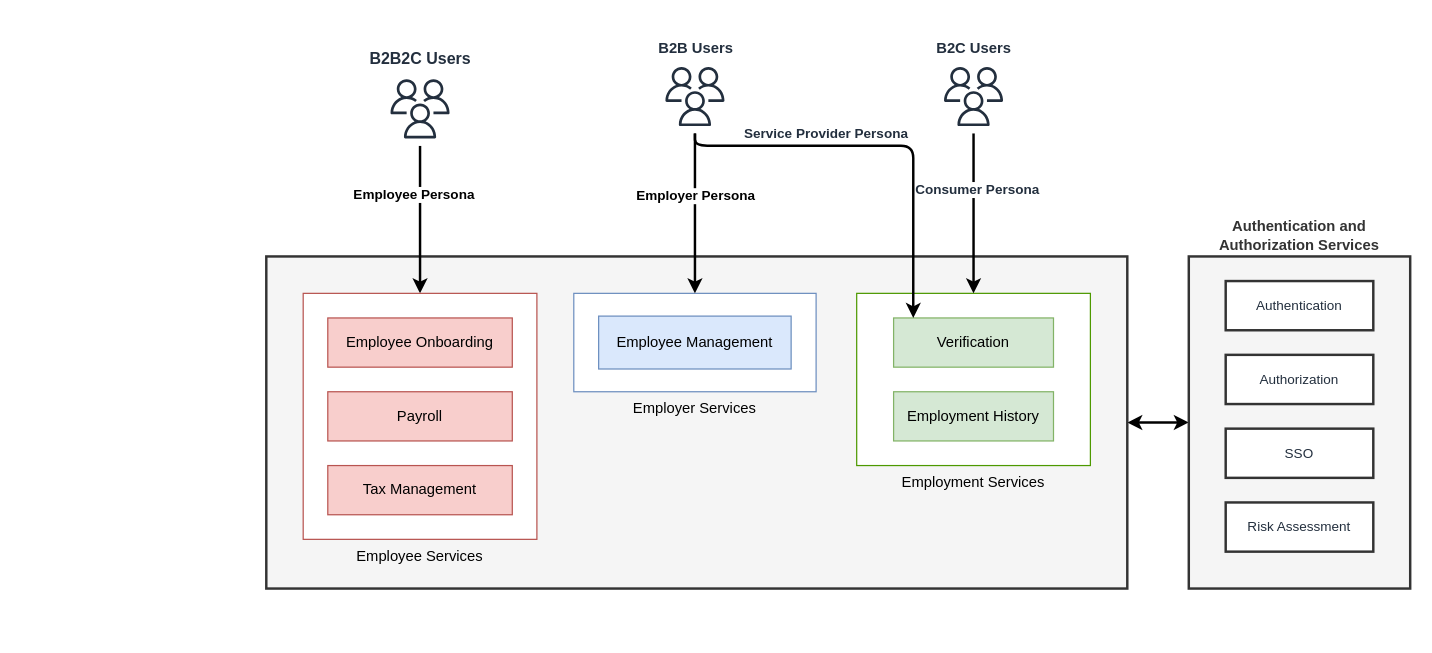
The draw.io diagram terraform/Logical-Context.drawio in radev-66/gcp-poc, before the edit. Source tidied: cells renumbered, new cells numbered last; positions are measured from the earlier drawing's top-left corner, leaving out a move shared by most shapes. Both pictures are drawn from the tidied source at 123%, with x=0, y=0 at pixel (266, 59).
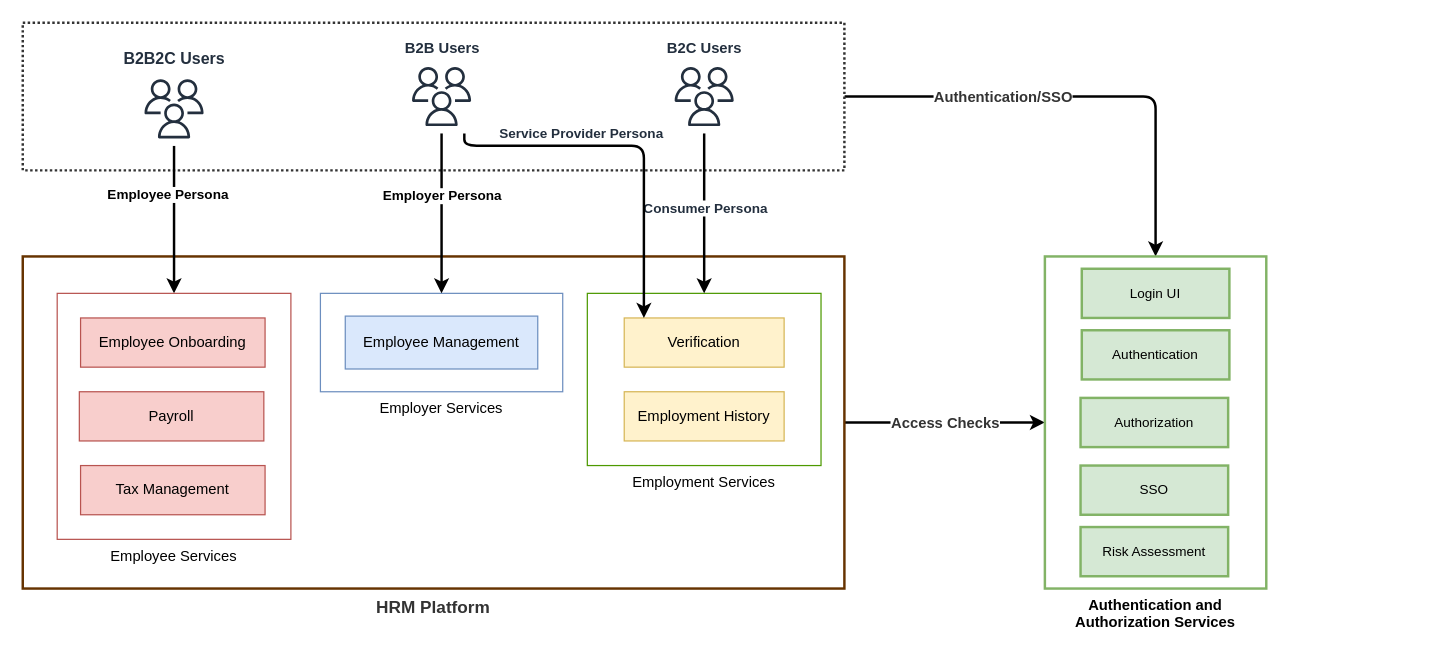
After the change.

Diff of the diagram source:
```diff
@@
+    <mxCell id="27" style="edgeStyle=orthogonalEdgeStyle;rounded=1;jettySize=auto;html=1;exitX=1;exitY=0.5;exitDx=0;exitDy=0;entryX=0.5;entryY=0;entryDx=0;entryDy=0;labelBackgroundColor=default;fontFamily=Helvetica;fontSize=14;fontColor=#82B366;startArrow=none;startFill=0;endArrow=classic;strokeColor=default;strokeWidth=2;" parent="1" edge="1" source="29" target="22">
+      <mxGeometry relative="1" as="geometry" />
+    </mxCell>
+    <mxCell id="28" value="&lt;font style=&quot;font-size: 12px;&quot; color=&quot;#333333&quot;&gt;Authentication/SSO&lt;/font&gt;" style="edgeLabel;html=1;align=center;verticalAlign=middle;fontSize=12;fontFamily=Helvetica;fontColor=#82B366;fontStyle=1;" parent="27" vertex="1">
+      <mxGeometry x="-0.33" relative="1" as="geometry" />
+    </mxCell>
+    <mxCell id="29" style="rounded=0;whiteSpace=wrap;html=1;dashed=1;sketch=0;fontFamily=Helvetica;fontSize=11;fontColor=#82B366;strokeColor=#333333;strokeWidth=2;fillColor=#FFFFFF;gradientColor=#ffffff;dashPattern=1 1;" parent="1" vertex="1">
+      <mxGeometry x="-198" y="-30" width="668" height="120" as="geometry" />
+    </mxCell>
     <mxCell id="2" value="B2B Users" style="sketch=0;outlineConnect=0;fontColor=#232F3E;gradientColor=none;strokeColor=#232F3E;fillColor=#ffffff;dashed=0;verticalLabelPosition=top;verticalAlign=bottom;align=center;html=1;fontSize=12;fontStyle=1;shape=mxgraph.aws4.resourceIcon;resIcon=mxgraph.aws4.users;labelPosition=center;" parent="1" vertex="1">
-      <mxGeometry x="318.5" width="60" height="60" as="geometry" />
+      <mxGeometry x="112.5" width="60" height="60" as="geometry" />
     </mxCell>
     <mxCell id="3" value="B2C Users" style="sketch=0;outlineConnect=0;fontColor=#232F3E;gradientColor=none;strokeColor=#232F3E;fillColor=#ffffff;dashed=0;verticalLabelPosition=top;verticalAlign=bottom;align=center;html=1;fontSize=12;fontStyle=1;shape=mxgraph.aws4.resourceIcon;resIcon=mxgraph.aws4.users;labelPosition=center;" parent="1" vertex="1">
-      <mxGeometry x="545" width="60" height="60" as="geometry" />
+      <mxGeometry x="326" width="60" height="60" as="geometry" />
     </mxCell>
-    <mxCell id="4" style="edgeStyle=orthogonalEdgeStyle;rounded=1;jettySize=auto;html=1;exitX=1;exitY=0.5;exitDx=0;exitDy=0;entryX=0;entryY=0.5;entryDx=0;entryDy=0;labelBackgroundColor=default;fontFamily=Helvetica;fontSize=11;fontColor=#232F3E;endArrow=classic;strokeColor=default;strokeWidth=2;startArrow=classic;startFill=1;" parent="1" edge="1" source="5" target="22">
+    <mxCell id="4" style="edgeStyle=orthogonalEdgeStyle;rounded=1;jettySize=auto;html=1;exitX=1;exitY=0.5;exitDx=0;exitDy=0;entryX=0;entryY=0.5;entryDx=0;entryDy=0;labelBackgroundColor=default;fontFamily=Helvetica;fontSize=11;fontColor=#232F3E;endArrow=classic;strokeColor=default;strokeWidth=2;startArrow=none;startFill=0;" parent="1" edge="1" source="5" target="22">
       <mxGeometry relative="1" as="geometry" />
     </mxCell>
+    <mxCell id="30" value="Access Checks" style="edgeLabel;html=1;align=center;verticalAlign=middle;fontSize=12;fontFamily=Helvetica;fontColor=#333333;fontStyle=1;" parent="4" vertex="1">
+      <mxGeometry x="-0.28" y="1" relative="1" as="geometry">
+        <mxPoint x="22" y="1" as="offset" />
+      </mxGeometry>
+    </mxCell>
-    <mxCell id="5" style="rounded=0;whiteSpace=wrap;html=1;fillColor=#f5f5f5;fontColor=#333333;strokeColor=#333333;strokeWidth=2;" parent="1" vertex="1">
-      <mxGeometry y="160" width="700" height="270" as="geometry" />
+    <mxCell id="5" value="HRM Platform" style="rounded=0;whiteSpace=wrap;html=1;fillColor=#FFFFFF;fontColor=#333333;strokeColor=#663300;strokeWidth=2;labelPosition=center;verticalLabelPosition=bottom;align=center;verticalAlign=top;fontStyle=1;fontSize=14;" parent="1" vertex="1">
+      <mxGeometry x="-198" y="160" width="668" height="270" as="geometry" />
     </mxCell>
@@
     <mxCell id="7" value="&lt;font style=&quot;font-size: 13px&quot;&gt;&lt;b&gt;B2B2C Users&lt;/b&gt;&lt;/font&gt;" style="sketch=0;outlineConnect=0;fontColor=#232F3E;gradientColor=none;strokeColor=#232F3E;fillColor=#ffffff;dashed=0;verticalLabelPosition=top;verticalAlign=bottom;align=center;html=1;fontSize=12;fontStyle=0;shape=mxgraph.aws4.resourceIcon;resIcon=mxgraph.aws4.users;labelPosition=center;" parent="1" vertex="1">
-      <mxGeometry x="95" y="10" width="60" height="60" as="geometry" />
+      <mxGeometry x="-105" y="10" width="60" height="60" as="geometry" />
     </mxCell>
     <mxCell id="8" value="Employment Services" style="rounded=0;whiteSpace=wrap;html=1;labelPosition=center;verticalLabelPosition=bottom;align=center;verticalAlign=top;strokeColor=#4D9900;" parent="1" vertex="1">
-      <mxGeometry x="480" y="190" width="190" height="140" as="geometry" />
+      <mxGeometry x="261" y="190" width="190" height="140" as="geometry" />
     </mxCell>
     <mxCell id="9" value="Employer Services" style="rounded=0;whiteSpace=wrap;html=1;labelPosition=center;verticalLabelPosition=bottom;align=center;verticalAlign=top;fillColor=#FFFFFF;strokeColor=#6c8ebf;" parent="1" vertex="1">
-      <mxGeometry x="250" y="190" width="197" height="80" as="geometry" />
+      <mxGeometry x="44" y="190" width="197" height="80" as="geometry" />
     </mxCell>
-    <mxCell id="10" value="Verification" style="rounded=0;whiteSpace=wrap;html=1;fillColor=#d5e8d4;strokeColor=#82b366;" parent="1" vertex="1">
-      <mxGeometry x="510" y="210" width="130" height="40" as="geometry" />
+    <mxCell id="10" value="Verification" style="rounded=0;whiteSpace=wrap;html=1;fillColor=#fff2cc;strokeColor=#d6b656;" parent="1" vertex="1">
+      <mxGeometry x="291" y="210" width="130" height="40" as="geometry" />
     </mxCell>
-    <mxCell id="11" value="Employment History" style="rounded=0;whiteSpace=wrap;html=1;fillColor=#d5e8d4;strokeColor=#82b366;" parent="1" vertex="1">
-      <mxGeometry x="510" y="270" width="130" height="40" as="geometry" />
+    <mxCell id="11" value="Employment History" style="rounded=0;whiteSpace=wrap;html=1;fillColor=#fff2cc;strokeColor=#d6b656;" parent="1" vertex="1">
+      <mxGeometry x="291" y="270" width="130" height="40" as="geometry" />
     </mxCell>
@@
     <mxCell id="14" value="Employee Management" style="rounded=0;whiteSpace=wrap;html=1;fillColor=#dae8fc;strokeColor=#6c8ebf;" parent="1" vertex="1">
-      <mxGeometry x="270.2" y="208.5" width="156.5" height="43" as="geometry" />
+      <mxGeometry x="64.2" y="208.5" width="156.5" height="43" as="geometry" />
     </mxCell>
     <mxCell id="15" value="Employee Services" style="rounded=0;whiteSpace=wrap;html=1;labelPosition=center;verticalLabelPosition=bottom;align=center;verticalAlign=top;fillColor=#FFFFFF;strokeColor=#b85450;" parent="1" vertex="1">
-      <mxGeometry x="30" y="190" width="190" height="200" as="geometry" />
+      <mxGeometry x="-170" y="190" width="190" height="200" as="geometry" />
     </mxCell>
     <mxCell id="16" value="Employee Onboarding" style="rounded=0;whiteSpace=wrap;html=1;fillColor=#f8cecc;strokeColor=#b85450;" parent="1" vertex="1">
-      <mxGeometry x="50" y="210" width="150" height="40" as="geometry" />
+      <mxGeometry x="-151" y="210" width="150" height="40" as="geometry" />
     </mxCell>
     <mxCell id="17" value="Payroll " style="rounded=0;whiteSpace=wrap;html=1;fillColor=#f8cecc;strokeColor=#b85450;" parent="1" vertex="1">
-      <mxGeometry x="50" y="270" width="150" height="40" as="geometry" />
+      <mxGeometry x="-152" y="270" width="150" height="40" as="geometry" />
     </mxCell>
     <mxCell id="18" value="Tax Management" style="rounded=0;whiteSpace=wrap;html=1;fillColor=#f8cecc;strokeColor=#b85450;" parent="1" vertex="1">
-      <mxGeometry x="50" y="330" width="150" height="40" as="geometry" />
+      <mxGeometry x="-151" y="330" width="150" height="40" as="geometry" />
     </mxCell>
-    <mxCell id="19" style="edgeStyle=orthogonalEdgeStyle;rounded=1;jettySize=auto;html=1;labelBackgroundColor=default;fontFamily=Helvetica;fontSize=13;fontColor=#232F3E;endArrow=classic;strokeColor=default;strokeWidth=2;" parent="1" edge="1" source="3" target="8">
-      <mxGeometry relative="1" as="geometry" />
+    <mxCell id="19" style="edgeStyle=orthogonalEdgeStyle;rounded=1;jettySize=auto;html=1;labelBackgroundColor=default;fontFamily=Helvetica;fontSize=13;fontColor=#232F3E;endArrow=classic;strokeColor=default;strokeWidth=2;" parent="1" edge="1" target="8">
+      <mxGeometry relative="1" as="geometry">
+        <mxPoint x="356" y="60" as="sourcePoint" />
+        <Array as="points">
+          <mxPoint x="356" y="100" />
+          <mxPoint x="356" y="100" />
+        </Array>
+      </mxGeometry>
     </mxCell>
     <mxCell id="20" value="Consumer Persona" style="edgeLabel;html=1;align=center;verticalAlign=middle;fontSize=11;fontFamily=Helvetica;fontColor=#232F3E;fontStyle=1;" parent="19" vertex="1">
-      <mxGeometry x="-0.31" y="2" relative="1" as="geometry" />
+      <mxGeometry x="-0.31" y="2" relative="1" as="geometry">
+        <mxPoint x="-2" y="15" as="offset" />
+      </mxGeometry>
     </mxCell>
-    <mxCell id="21" value="Service Provider Persona" style="edgeStyle=orthogonalEdgeStyle;rounded=1;jettySize=auto;html=1;entryX=0.123;entryY=0;entryDx=0;entryDy=0;labelBackgroundColor=default;fontFamily=Helvetica;fontSize=11;fontColor=#232F3E;endArrow=classic;strokeColor=default;strokeWidth=2;fontStyle=1;entryPerimeter=0;" parent="1" edge="1" target="10">
+    <mxCell id="21" value="Service Provider Persona" style="edgeStyle=orthogonalEdgeStyle;rounded=1;jettySize=auto;html=1;entryX=0.123;entryY=0;entryDx=0;entryDy=0;labelBackgroundColor=default;fontFamily=Helvetica;fontSize=11;fontColor=#232F3E;endArrow=classic;strokeColor=default;strokeWidth=2;fontStyle=1;entryPerimeter=0;" parent="1" edge="1" source="2" target="10">
       <mxGeometry x="-0.29" y="10" relative="1" as="geometry">
-        <mxPoint x="348.5" y="60" as="sourcePoint" />
         <Array as="points">
-          <mxPoint x="349" y="70" />
-          <mxPoint x="526" y="70" />
+          <mxPoint x="161" y="70" />
+          <mxPoint x="307" y="70" />
         </Array>
       </mxGeometry>
     </mxCell>
-    <mxCell id="22" value="Authentication and Authorization Services" style="rounded=0;whiteSpace=wrap;html=1;fillColor=#f5f5f5;fontColor=#333333;strokeColor=#333333;strokeWidth=2;labelPosition=center;verticalLabelPosition=top;align=center;verticalAlign=bottom;fontStyle=1;" parent="1" vertex="1">
-      <mxGeometry x="750" y="160" width="180" height="270" as="geometry" />
+    <mxCell id="22" value="Authentication and Authorization Services" style="rounded=0;whiteSpace=wrap;html=1;fillColor=#FFFFFF;strokeColor=#82b366;strokeWidth=2;labelPosition=center;verticalLabelPosition=bottom;align=center;verticalAlign=top;fontStyle=1;" parent="1" vertex="1">
+      <mxGeometry x="633" y="160" width="180" height="270" as="geometry" />
     </mxCell>
-    <mxCell id="23" value="Authentication" style="rounded=0;whiteSpace=wrap;html=1;dashed=0;sketch=0;fontFamily=Helvetica;fontSize=11;fontColor=#232F3E;strokeColor=#333333;strokeWidth=2;fillColor=#FFFFFF;gradientColor=#ffffff;" parent="1" vertex="1">
-      <mxGeometry x="780" y="180" width="120" height="40" as="geometry" />
+    <mxCell id="23" value="Authentication" style="rounded=0;whiteSpace=wrap;html=1;dashed=0;sketch=0;fontFamily=Helvetica;fontSize=11;strokeColor=#82b366;strokeWidth=2;fillColor=#d5e8d4;" parent="1" vertex="1">
+      <mxGeometry x="663" y="220" width="120" height="40" as="geometry" />
     </mxCell>
-    <mxCell id="24" value="Authorization" style="rounded=0;whiteSpace=wrap;html=1;dashed=0;sketch=0;fontFamily=Helvetica;fontSize=11;fontColor=#232F3E;strokeColor=#333333;strokeWidth=2;fillColor=#FFFFFF;gradientColor=#ffffff;" parent="1" vertex="1">
-      <mxGeometry x="780" y="240" width="120" height="40" as="geometry" />
+    <mxCell id="24" value="Authorization" style="rounded=0;whiteSpace=wrap;html=1;dashed=0;sketch=0;fontFamily=Helvetica;fontSize=11;strokeColor=#82b366;strokeWidth=2;fillColor=#d5e8d4;" parent="1" vertex="1">
+      <mxGeometry x="662" y="275" width="120" height="40" as="geometry" />
     </mxCell>
-    <mxCell id="25" value="SSO" style="rounded=0;whiteSpace=wrap;html=1;dashed=0;sketch=0;fontFamily=Helvetica;fontSize=11;fontColor=#232F3E;strokeColor=#333333;strokeWidth=2;fillColor=#FFFFFF;gradientColor=#ffffff;" parent="1" vertex="1">
-      <mxGeometry x="780" y="300" width="120" height="40" as="geometry" />
+    <mxCell id="25" value="SSO" style="rounded=0;whiteSpace=wrap;html=1;dashed=0;sketch=0;fontFamily=Helvetica;fontSize=11;strokeColor=#82b366;strokeWidth=2;fillColor=#d5e8d4;" parent="1" vertex="1">
+      <mxGeometry x="662" y="330" width="120" height="40" as="geometry" />
     </mxCell>
-    <mxCell id="26" value="Risk Assessment" style="rounded=0;whiteSpace=wrap;html=1;dashed=0;sketch=0;fontFamily=Helvetica;fontSize=11;fontColor=#232F3E;strokeColor=#333333;strokeWidth=2;fillColor=#FFFFFF;gradientColor=#ffffff;" parent="1" vertex="1">
-      <mxGeometry x="780" y="360" width="120" height="40" as="geometry" />
+    <mxCell id="26" value="Risk Assessment" style="rounded=0;whiteSpace=wrap;html=1;dashed=0;sketch=0;fontFamily=Helvetica;fontSize=11;strokeColor=#82b366;strokeWidth=2;fillColor=#d5e8d4;" parent="1" vertex="1">
+      <mxGeometry x="662" y="380" width="120" height="40" as="geometry" />
     </mxCell>
+    <mxCell id="31" value="Login UI" style="rounded=0;whiteSpace=wrap;html=1;dashed=0;sketch=0;fontFamily=Helvetica;fontSize=11;strokeColor=#82b366;strokeWidth=2;fillColor=#d5e8d4;" parent="1" vertex="1">
+      <mxGeometry x="663" y="170" width="120" height="40" as="geometry" />
+    </mxCell>
```
